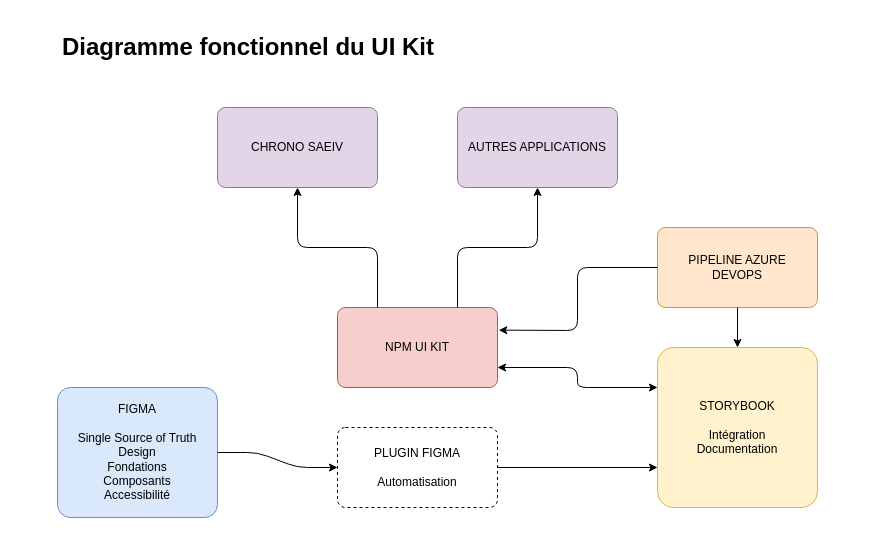
Tim-arts/flowcharts keeps this draw.io diagram as Untitled Diagram.drawio. Above is the earlier version. Source tidied: cells renumbered, new cells numbered last; positions are measured from the earlier drawing's top-left corner, leaving out a move shared by most shapes. Both pictures are drawn from the tidied source at 100%, with x=0, y=0 at pixel (57, 27).
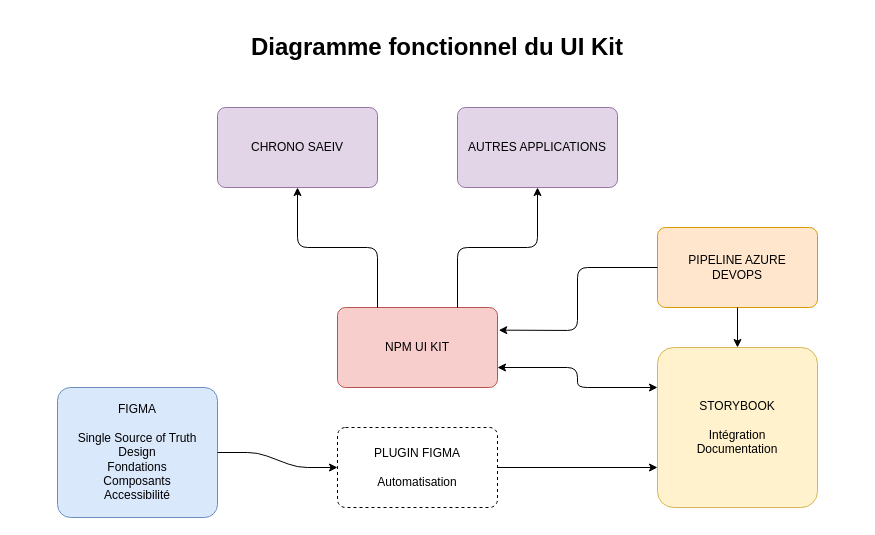
The same page after the edit.

What changed in the source:
```diff
@@
-    <mxCell id="2" value="&lt;h1&gt;Diagramme fonctionnel du UI Kit&lt;/h1&gt;" style="text;html=1;strokeColor=none;fillColor=none;spacing=5;spacingTop=-20;whiteSpace=wrap;overflow=hidden;rounded=0;" parent="1" vertex="1">
-      <mxGeometry width="800" height="40" as="geometry" />
+    <mxCell id="2" value="&lt;h1&gt;Diagramme fonctionnel du UI Kit&lt;/h1&gt;" style="text;html=1;strokeColor=none;fillColor=none;spacing=5;spacingTop=-20;whiteSpace=wrap;overflow=hidden;rounded=0;align=center;" parent="1" vertex="1">
+      <mxGeometry x="-40" width="840" height="40" as="geometry" />
     </mxCell>
```
